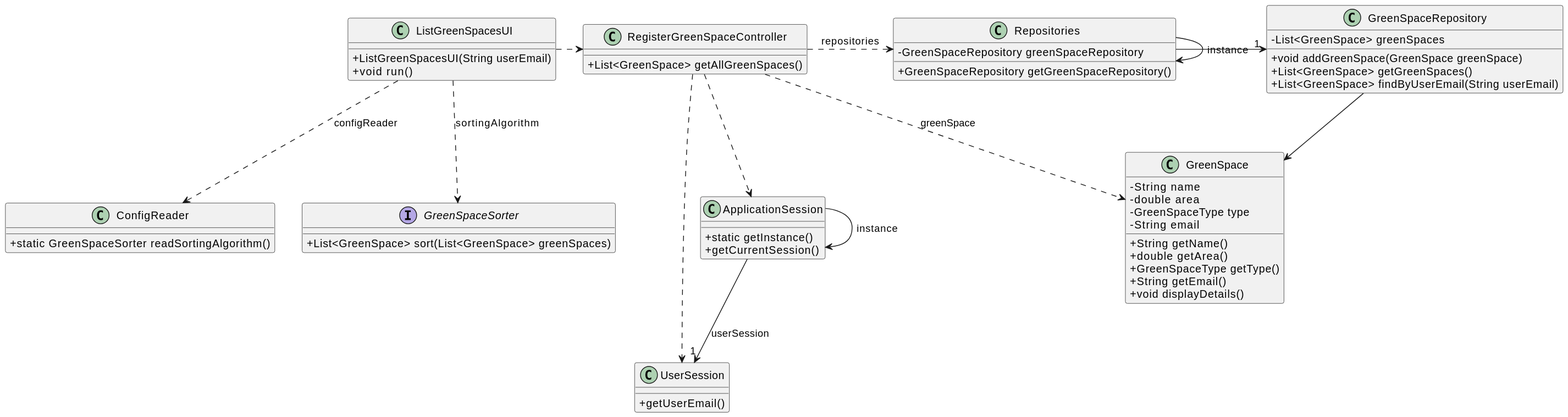
This is docs/sprintC/us027/03.design/svg/us027-class-diagram.svg from Departamento-de-Engenharia-Informatica/greenspace-management, a PlantUML export, as it was before one commit. Source of this version:
```plantuml
@startuml
skinparam packageStyle rectangle
skinparam shadowing false
skinparam linetype polyline
skinparam linetype orto

skinparam classAttributeIconSize 0


class GreenSpace {
    - String name
    - double area
    - GreenSpaceType type
    - String email

    + String getName()
    + double getArea()
    + GreenSpaceType getType()
    + String getEmail()
    + void displayDetails()
}

class GreenSpaceRepository {
    - List<GreenSpace> greenSpaces

    + void addGreenSpace(GreenSpace greenSpace)
    + List<GreenSpace> getGreenSpaces()
    + List<GreenSpace> findByUserEmail(String userEmail)
}

class RegisterGreenSpaceController {
    + List<GreenSpace> getAllGreenSpaces()
}

class ListGreenSpacesUI {
    + ListGreenSpacesUI(String userEmail)
    + void run()
}

class ConfigReader {
    + static GreenSpaceSorter readSortingAlgorithm()
}

interface GreenSpaceSorter {
    + List<GreenSpace> sort(List<GreenSpace> greenSpaces)
}

class Repositories {
    - GreenSpaceRepository greenSpaceRepository

    + GreenSpaceRepository getGreenSpaceRepository()
}
class ApplicationSession {
    + static getInstance()
    + getCurrentSession()
}

class UserSession {
    + getUserEmail()
}
Repositories -> Repositories : instance

ListGreenSpacesUI .> RegisterGreenSpaceController
ApplicationSession -> ApplicationSession : instance
ApplicationSession --> "1" UserSession : userSession
RegisterGreenSpaceController ..> ApplicationSession
RegisterGreenSpaceController ..> UserSession
RegisterGreenSpaceController .> Repositories : repositories

Repositories -> "1" GreenSpaceRepository

ListGreenSpacesUI ..> ConfigReader : configReader
ListGreenSpacesUI ..> GreenSpaceSorter : sortingAlgorithm

RegisterGreenSpaceController ..> GreenSpace : greenSpace

GreenSpaceRepository --> GreenSpace
@enduml
```
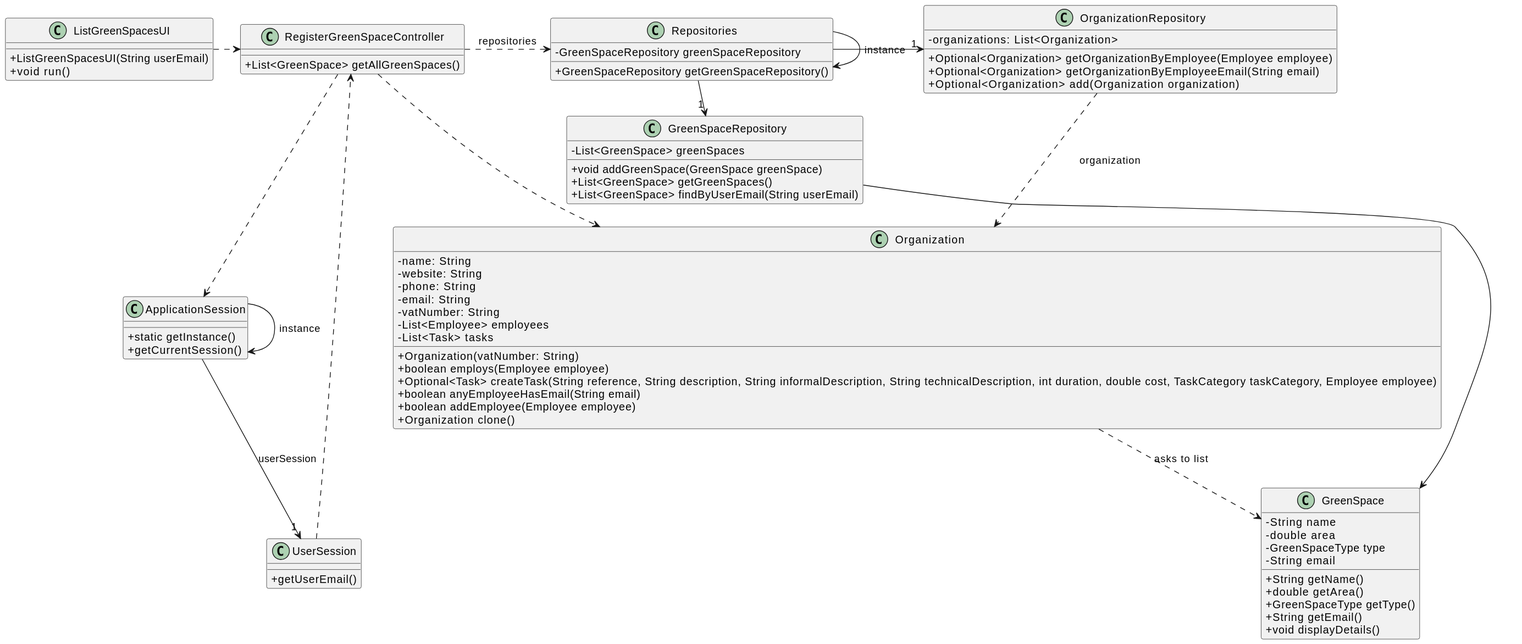
After the commit.

Diff of the diagram source:
```diff
@@ -19,13 +19,35 @@
     + String getEmail()
     + void displayDetails()
 }
+class Organization {
+    - name: String
+    - website: String
+    - phone: String
+    - email: String
+    - vatNumber: String
+    - List<Employee> employees
+    - List<Task> tasks
 
+    + Organization(vatNumber: String)
+    + boolean employs(Employee employee)
+    + Optional<Task> createTask(String reference, String description, String informalDescription, String technicalDescription, int duration, double cost, TaskCategory taskCategory, Employee employee)
+    + boolean anyEmployeeHasEmail(String email)
+    + boolean addEmployee(Employee employee)
+    + Organization clone()
+}
 class GreenSpaceRepository {
     - List<GreenSpace> greenSpaces
 
     + void addGreenSpace(GreenSpace greenSpace)
     + List<GreenSpace> getGreenSpaces()
     + List<GreenSpace> findByUserEmail(String userEmail)
+}
+class OrganizationRepository {
+    - organizations: List<Organization>
+
+    + Optional<Organization> getOrganizationByEmployee(Employee employee)
+    + Optional<Organization> getOrganizationByEmployeeEmail(String email)
+    + Optional<Organization> add(Organization organization)
 }
 
 class RegisterGreenSpaceController {
@@ -37,13 +59,6 @@
     + void run()
 }
 
-class ConfigReader {
-    + static GreenSpaceSorter readSortingAlgorithm()
-}
-
-interface GreenSpaceSorter {
-    + List<GreenSpace> sort(List<GreenSpace> greenSpaces)
-}
 
 class Repositories {
     - GreenSpaceRepository greenSpaceRepository
@@ -64,15 +79,15 @@
 ApplicationSession -> ApplicationSession : instance
 ApplicationSession --> "1" UserSession : userSession
 RegisterGreenSpaceController ..> ApplicationSession
-RegisterGreenSpaceController ..> UserSession
+UserSession ..> RegisterGreenSpaceController
 RegisterGreenSpaceController .> Repositories : repositories
 
 Repositories -> "1" GreenSpaceRepository
+Repositories -> "1" OrganizationRepository
 
-ListGreenSpacesUI ..> ConfigReader : configReader
-ListGreenSpacesUI ..> GreenSpaceSorter : sortingAlgorithm
-
-RegisterGreenSpaceController ..> GreenSpace : greenSpace
+OrganizationRepository ..> Organization : organization
+Organization ..> GreenSpace : asks to list
+RegisterGreenSpaceController ..> Organization
 
 GreenSpaceRepository --> GreenSpace
 @enduml
```
